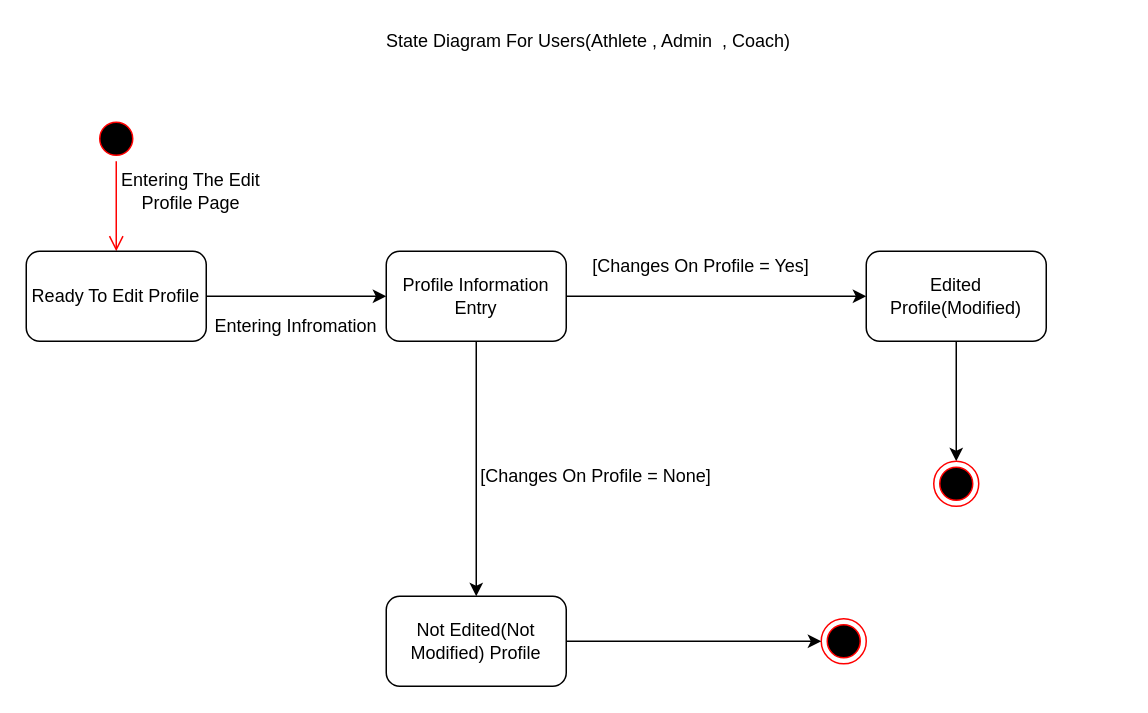
Earlier version of the draw.io diagram Behavioral Modeling/Behavioural State Machine(State Diagram)/Edit Profile State Diagram.drawio (mmohajer9/sama-online-coaching-system). Source tidied: cells renumbered, new cells numbered last; positions are measured from the earlier drawing's top-left corner, leaving out a move shared by most shapes. Both pictures are drawn from the tidied source at 150%, with x=0, y=0 at pixel (26, 26).
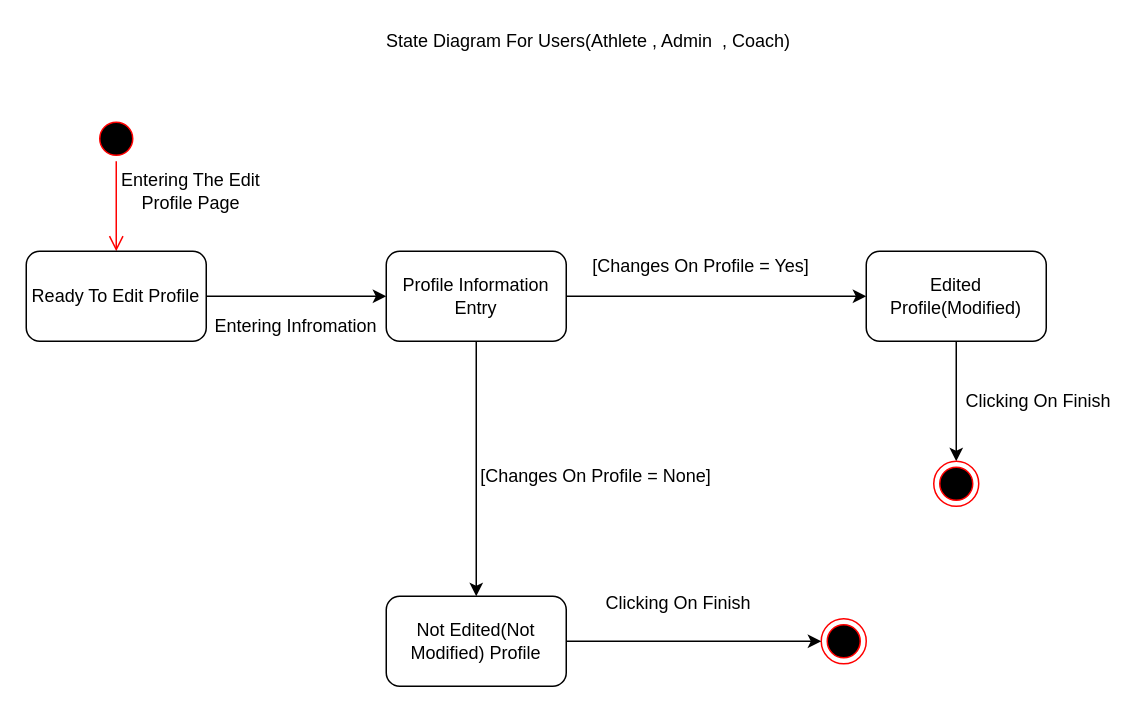
Above is the later version.

What changed in the source:
```diff
@@
+    <mxCell id="20" value="Clicking On Finish" style="text;html=1;strokeColor=none;fillColor=none;align=center;verticalAlign=middle;whiteSpace=wrap;rounded=0;" parent="1" vertex="1">
+      <mxGeometry x="380" y="375" width="110" height="20" as="geometry" />
+    </mxCell>
+    <mxCell id="21" value="Clicking On Finish" style="text;html=1;strokeColor=none;fillColor=none;align=center;verticalAlign=middle;whiteSpace=wrap;rounded=0;" parent="1" vertex="1">
+      <mxGeometry x="620" y="240" width="110" height="20" as="geometry" />
+    </mxCell>
```
